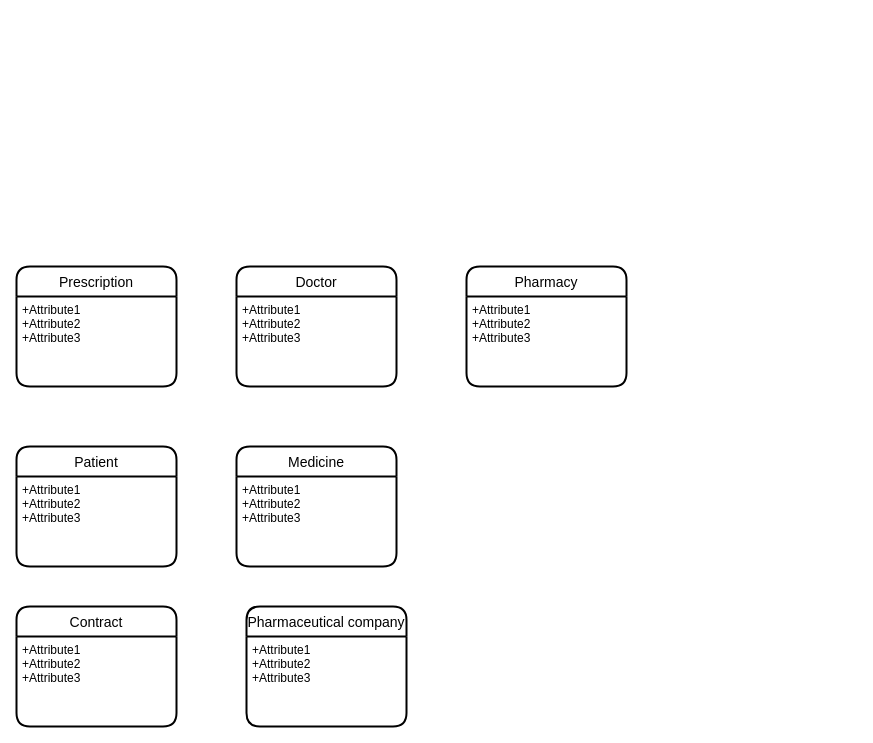
Above: Untitled Diagram.drawio in yasharzb/Health-Management (draw.io), before the change. Source tidied: cells renumbered, new cells numbered last; positions are measured from the earlier drawing's top-left corner, leaving out a move shared by most shapes. Both pictures are drawn from the tidied source at 100%, with x=0, y=0 at pixel (16, 266).
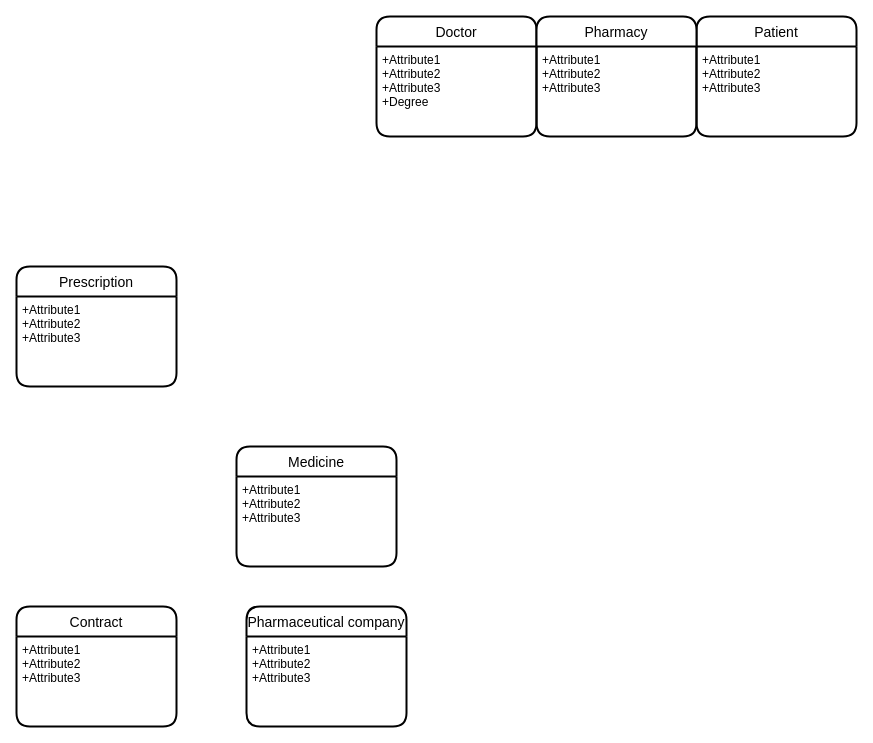
The same page after the edit.

Change to the diagram source:
```diff
@@
 <mxGraphModel>
   <root>
     <mxCell id="0" />
     <mxCell id="1" parent="0" />
     <mxCell id="2" value="Doctor" style="swimlane;horizontal=1;startSize=30;rounded=1;fontSize=14;fontStyle=0;strokeWidth=2;shadow=0;dashed=0;align=center;" parent="1" vertex="1">
-      <mxGeometry x="220" width="160" height="120" as="geometry" />
+      <mxGeometry x="360" y="-250" width="160" height="120" as="geometry" />
     </mxCell>
-    <mxCell id="3" value="+Attribute1&#10;+Attribute2&#10;+Attribute3" style="align=left;strokeColor=none;fillColor=none;spacingLeft=4;fontSize=12;verticalAlign=top;" parent="2" vertex="1">
+    <mxCell id="3" value="+Attribute1&#10;+Attribute2&#10;+Attribute3&#10;+Degree" style="align=left;strokeColor=none;fillColor=none;spacingLeft=4;fontSize=12;verticalAlign=top;" parent="2" vertex="1">
       <mxGeometry y="30" width="160" height="90" as="geometry" />
     </mxCell>
     <mxCell id="4" value="Medicine" style="swimlane;horizontal=1;startSize=30;rounded=1;fontSize=14;fontStyle=0;strokeWidth=2;shadow=0;dashed=0;align=center;" parent="1" vertex="1">
       <mxGeometry x="220" y="180" width="160" height="120" as="geometry" />
     </mxCell>
     <mxCell id="5" value="+Attribute1&#10;+Attribute2&#10;+Attribute3" style="align=left;strokeColor=none;fillColor=none;spacingLeft=4;fontSize=12;verticalAlign=top;" parent="4" vertex="1">
       <mxGeometry y="30" width="160" height="90" as="geometry" />
     </mxCell>
     <mxCell id="6" value="Patient" style="swimlane;horizontal=1;startSize=30;rounded=1;fontSize=14;fontStyle=0;strokeWidth=2;shadow=0;dashed=0;align=center;" parent="1" vertex="1">
-      <mxGeometry y="180" width="160" height="120" as="geometry" />
+      <mxGeometry x="680" y="-250" width="160" height="120" as="geometry" />
     </mxCell>
     <mxCell id="7" value="+Attribute1&#10;+Attribute2&#10;+Attribute3" style="align=left;strokeColor=none;fillColor=none;spacingLeft=4;fontSize=12;verticalAlign=top;" parent="6" vertex="1">
       <mxGeometry y="30" width="160" height="90" as="geometry" />
     </mxCell>
     <mxCell id="8" value="Contract" style="swimlane;horizontal=1;startSize=30;rounded=1;fontSize=14;fontStyle=0;strokeWidth=2;shadow=0;dashed=0;align=center;" parent="1" vertex="1">
       <mxGeometry y="340" width="160" height="120" as="geometry" />
     </mxCell>
     <mxCell id="9" value="+Attribute1&#10;+Attribute2&#10;+Attribute3" style="align=left;strokeColor=none;fillColor=none;spacingLeft=4;fontSize=12;verticalAlign=top;" parent="8" vertex="1">
       <mxGeometry y="30" width="160" height="90" as="geometry" />
     </mxCell>
     <mxCell id="10" value="Pharmaceutical company" style="swimlane;horizontal=1;startSize=30;rounded=1;fontSize=14;fontStyle=0;strokeWidth=2;shadow=0;dashed=0;align=center;" parent="1" vertex="1">
       <mxGeometry x="230" y="340" width="160" height="120" as="geometry" />
     </mxCell>
     <mxCell id="11" value="+Attribute1&#10;+Attribute2&#10;+Attribute3" style="align=left;strokeColor=none;fillColor=none;spacingLeft=4;fontSize=12;verticalAlign=top;" parent="10" vertex="1">
       <mxGeometry y="30" width="160" height="90" as="geometry" />
     </mxCell>
     <mxCell id="12" value="Pharmacy" style="swimlane;horizontal=1;startSize=30;rounded=1;fontSize=14;fontStyle=0;strokeWidth=2;shadow=0;dashed=0;align=center;" parent="1" vertex="1">
-      <mxGeometry x="450" width="160" height="120" as="geometry" />
+      <mxGeometry x="520" y="-250" width="160" height="120" as="geometry" />
     </mxCell>
     <mxCell id="13" value="+Attribute1&#10;+Attribute2&#10;+Attribute3" style="align=left;strokeColor=none;fillColor=none;spacingLeft=4;fontSize=12;verticalAlign=top;" parent="12" vertex="1">
       <mxGeometry y="30" width="160" height="90" as="geometry" />
     </mxCell>
     <mxCell id="14" value="Prescription" style="swimlane;horizontal=1;startSize=30;rounded=1;fontSize=14;fontStyle=0;strokeWidth=2;shadow=0;dashed=0;align=center;" parent="1" vertex="1">
       <mxGeometry width="160" height="120" as="geometry" />
     </mxCell>
     <mxCell id="15" value="+Attribute1&#10;+Attribute2&#10;+Attribute3" style="align=left;strokeColor=none;fillColor=none;spacingLeft=4;fontSize=12;verticalAlign=top;" parent="14" vertex="1">
       <mxGeometry y="30" width="160" height="90" as="geometry" />
     </mxCell>
   </root>
 </mxGraphModel>
```
